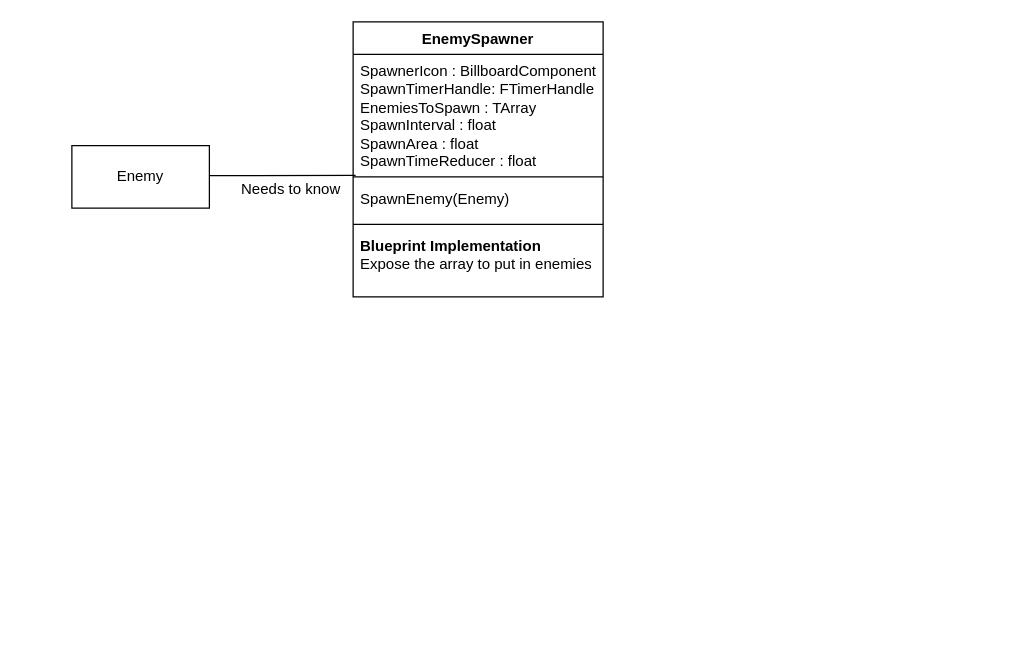
Above: Design/EnemySpawner.drawio in Edge321/DragonsDefense_v2 (draw.io), before the change. Source tidied: cells renumbered, new cells numbered last; positions are measured from the earlier drawing's top-left corner, leaving out a move shared by most shapes. Both pictures are drawn from the tidied source at 125%, with x=0, y=0 at pixel (71, 21).
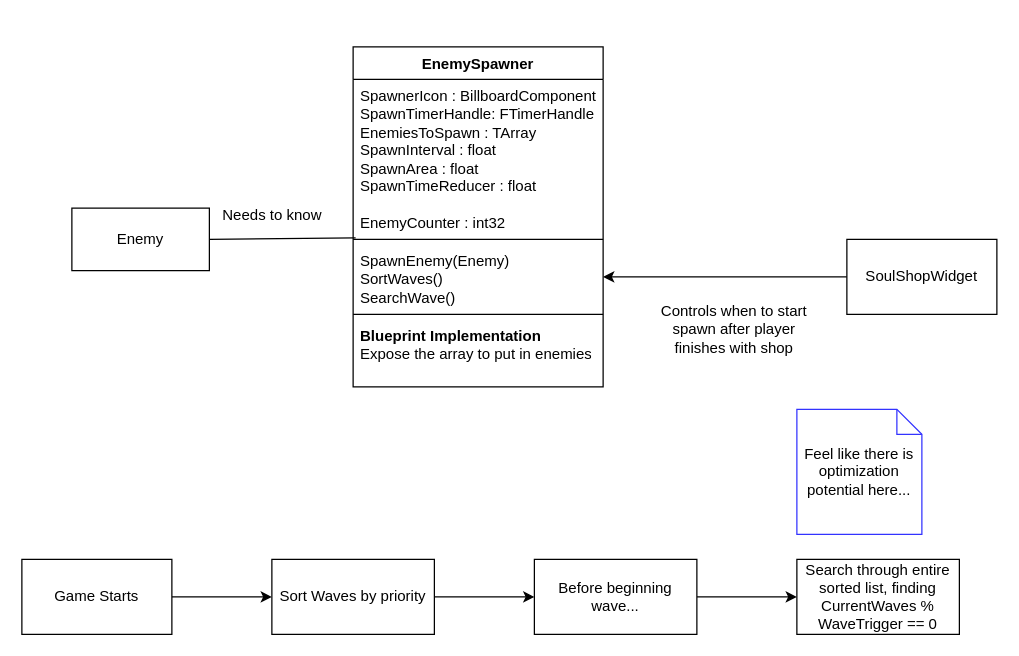
The same diagram, later.

Diff of the diagram source:
```diff
@@
     <mxCell id="2" value="EnemySpawner" style="swimlane;fontStyle=1;align=center;verticalAlign=top;horizontal=1;startSize=26;whiteSpace=wrap;html=1;" parent="1" vertex="1">
-      <mxGeometry x="225" width="200" height="220" as="geometry" />
+      <mxGeometry x="225" y="20" width="200" height="272" as="geometry" />
     </mxCell>
-    <mxCell id="3" value="SpawnerIcon : BillboardComponent&lt;br&gt;SpawnTimerHandle: FTimerHandle&lt;br&gt;EnemiesToSpawn : TArray&lt;br&gt;SpawnInterval : float&lt;br&gt;SpawnArea : float&lt;br&gt;SpawnTimeReducer : float" style="text;strokeColor=none;fillColor=none;align=left;verticalAlign=top;spacingLeft=4;spacingRight=4;overflow=hidden;whiteSpace=wrap;html=1;" parent="2" vertex="1">
-      <mxGeometry y="26" width="200" height="94" as="geometry" />
+    <mxCell id="3" value="SpawnerIcon : BillboardComponent&lt;br&gt;SpawnTimerHandle: FTimerHandle&lt;br&gt;EnemiesToSpawn : TArray&lt;br&gt;SpawnInterval : float&lt;br&gt;SpawnArea : float&lt;br&gt;SpawnTimeReducer : float&lt;br&gt;&lt;br&gt;EnemyCounter : int32" style="text;strokeColor=none;fillColor=none;align=left;verticalAlign=top;spacingLeft=4;spacingRight=4;overflow=hidden;whiteSpace=wrap;html=1;" parent="2" vertex="1">
+      <mxGeometry y="26" width="200" height="124" as="geometry" />
     </mxCell>
     <mxCell id="4" style="line;strokeWidth=1;fillColor=none;align=left;verticalAlign=middle;spacingTop=-1;spacingLeft=3;spacingRight=3;labelPosition=right;points=[];portConstraint=eastwest;strokeColor=inherit;" parent="2" vertex="1">
-      <mxGeometry y="120" width="200" height="8" as="geometry" />
+      <mxGeometry y="150" width="200" height="8" as="geometry" />
     </mxCell>
-    <mxCell id="5" value="SpawnEnemy(Enemy)" style="text;strokeColor=none;fillColor=none;align=left;verticalAlign=top;spacingLeft=4;spacingRight=4;overflow=hidden;points=[[0,0.5],[1,0.5]];portConstraint=eastwest;whiteSpace=wrap;html=1;" parent="2" vertex="1">
-      <mxGeometry y="128" width="200" height="30" as="geometry" />
+    <mxCell id="5" value="SpawnEnemy(Enemy)&lt;br&gt;SortWaves()&lt;br&gt;SearchWave()" style="text;strokeColor=none;fillColor=none;align=left;verticalAlign=top;spacingLeft=4;spacingRight=4;overflow=hidden;points=[[0,0.5],[1,0.5]];portConstraint=eastwest;whiteSpace=wrap;html=1;" parent="2" vertex="1">
+      <mxGeometry y="158" width="200" height="52" as="geometry" />
     </mxCell>
     <mxCell id="6" style="line;strokeWidth=1;fillColor=none;align=left;verticalAlign=middle;spacingTop=-1;spacingLeft=3;spacingRight=3;labelPosition=right;strokeColor=inherit;" parent="2" vertex="1">
-      <mxGeometry y="158" width="200" height="8" as="geometry" />
+      <mxGeometry y="210" width="200" height="8" as="geometry" />
     </mxCell>
     <mxCell id="7" value="&lt;b&gt;Blueprint Implementation&lt;/b&gt;&lt;br&gt;Expose the array to put in enemies" style="text;strokeColor=none;fillColor=none;align=left;verticalAlign=top;spacingLeft=4;spacingRight=4;overflow=hidden;whiteSpace=wrap;html=1;" parent="2" vertex="1">
-      <mxGeometry y="166" width="200" height="54" as="geometry" />
+      <mxGeometry y="218" width="200" height="54" as="geometry" />
     </mxCell>
-    <mxCell id="8" style="endArrow=none;html=1;rounded=0;entryX=0.01;entryY=0.345;entryDx=0;entryDy=0;entryPerimeter=0;" parent="1" edge="1" target="4">
-      <mxGeometry relative="1" as="geometry">
-        <mxPoint x="110" y="123" as="sourcePoint" />
-      </mxGeometry>
+    <mxCell id="8" style="endArrow=none;html=1;rounded=0;entryX=0.01;entryY=0.345;entryDx=0;entryDy=0;entryPerimeter=0;exitX=1;exitY=0.5;exitDx=0;exitDy=0;" parent="1" edge="1" source="9" target="4">
+      <mxGeometry relative="1" as="geometry" />
     </mxCell>
     <mxCell id="9" value="Enemy" style="html=1;whiteSpace=wrap;" parent="1" vertex="1">
-      <mxGeometry y="99" width="110" height="50" as="geometry" />
+      <mxGeometry y="149" width="110" height="50" as="geometry" />
     </mxCell>
     <mxCell id="10" value="Needs to know" style="text;html=1;align=center;verticalAlign=middle;strokeColor=none;fillColor=none;" parent="1" vertex="1">
-      <mxGeometry x="125" y="119" width="100" height="30" as="geometry" />
+      <mxGeometry x="110" y="140" width="100" height="30" as="geometry" />
     </mxCell>
+    <mxCell id="11" style="edgeStyle=orthogonalEdgeStyle;rounded=0;jettySize=auto;html=1;" parent="1" edge="1" source="12" target="5">
+      <mxGeometry relative="1" as="geometry" />
+    </mxCell>
+    <mxCell id="12" value="SoulShopWidget" style="rounded=0;whiteSpace=wrap;html=1;" parent="1" vertex="1">
+      <mxGeometry x="620" y="174" width="120" height="60" as="geometry" />
+    </mxCell>
+    <mxCell id="13" value="Controls when to start spawn after player finishes with shop" style="text;html=1;strokeColor=none;fillColor=none;align=center;verticalAlign=middle;whiteSpace=wrap;rounded=0;" parent="1" vertex="1">
+      <mxGeometry x="470" y="220" width="120" height="51" as="geometry" />
+    </mxCell>
+    <mxCell id="14" style="edgeStyle=orthogonalEdgeStyle;rounded=0;jettySize=auto;html=1;" parent="1" edge="1" source="15" target="17">
+      <mxGeometry relative="1" as="geometry" />
+    </mxCell>
+    <mxCell id="15" value="Game Starts" style="rounded=0;whiteSpace=wrap;html=1;" parent="1" vertex="1">
+      <mxGeometry x="-40" y="430" width="120" height="60" as="geometry" />
+    </mxCell>
+    <mxCell id="16" style="edgeStyle=orthogonalEdgeStyle;rounded=0;jettySize=auto;html=1;" parent="1" edge="1" source="17" target="19">
+      <mxGeometry relative="1" as="geometry" />
+    </mxCell>
+    <mxCell id="17" value="Sort Waves by priority" style="whiteSpace=wrap;html=1;rounded=0;" parent="1" vertex="1">
+      <mxGeometry x="160" y="430" width="130" height="60" as="geometry" />
+    </mxCell>
+    <mxCell id="18" style="edgeStyle=orthogonalEdgeStyle;rounded=0;jettySize=auto;html=1;" parent="1" edge="1" source="19" target="20">
+      <mxGeometry relative="1" as="geometry" />
+    </mxCell>
+    <mxCell id="19" value="Before beginning wave..." style="whiteSpace=wrap;html=1;rounded=0;" parent="1" vertex="1">
+      <mxGeometry x="370" y="430" width="130" height="60" as="geometry" />
+    </mxCell>
+    <mxCell id="20" value="Search through entire sorted list, finding CurrentWaves % WaveTrigger == 0" style="whiteSpace=wrap;html=1;rounded=0;" parent="1" vertex="1">
+      <mxGeometry x="580" y="430" width="130" height="60" as="geometry" />
+    </mxCell>
+    <mxCell id="21" value="Feel like there is optimization potential here..." style="shape=note;size=20;whiteSpace=wrap;html=1;strokeColor=#3333FF;" parent="1" vertex="1">
+      <mxGeometry x="580" y="310" width="100" height="100" as="geometry" />
+    </mxCell>
```
